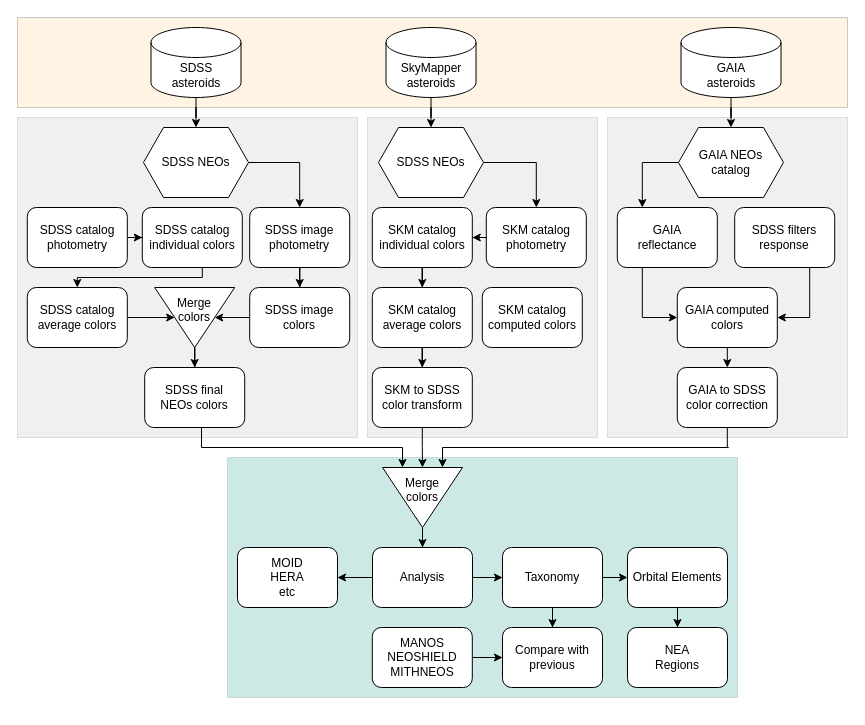
AlexeySergeyev/myutils keeps this draw.io diagram as NEOs diagram.drawio. Above is the earlier version. Source tidied: cells renumbered, new cells numbered last; positions are measured from the earlier drawing's top-left corner, leaving out a move shared by most shapes. Both pictures are drawn from the tidied source at 100%, with x=0, y=0 at pixel (17, 17).
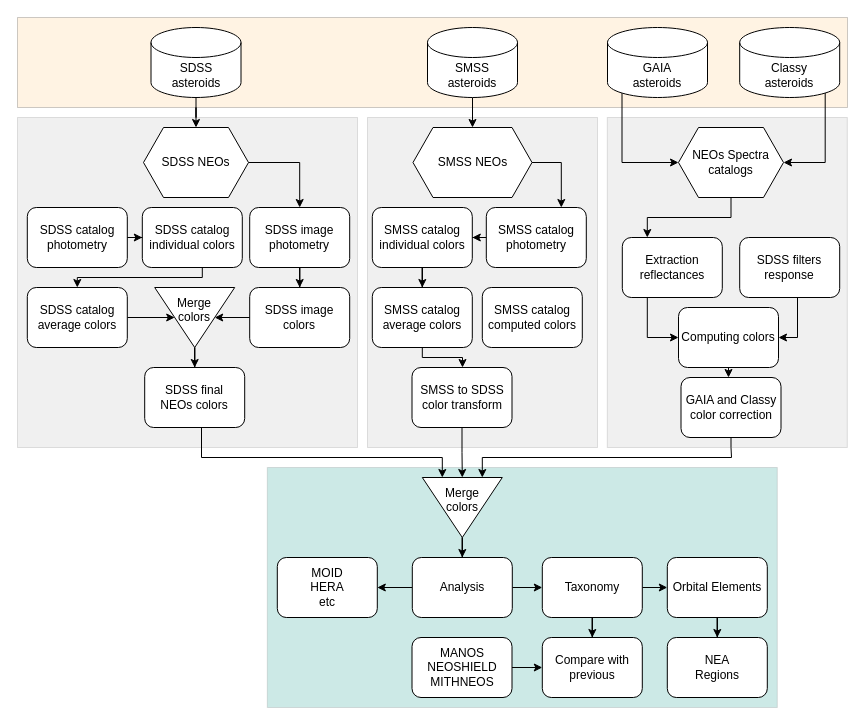
The same diagram, later.

Unchanged cells that the change refers to:
```xml
<mxCell id="26" value="&lt;div&gt;SDSS final &lt;br&gt;&lt;/div&gt;&lt;div&gt;NEOs colors&lt;/div&gt;" style="rounded=1;whiteSpace=wrap;html=1;" parent="1" vertex="1">
  <mxGeometry x="127.2" y="350" width="100" height="60" as="geometry" />
</mxCell>
```

Change to the diagram source:
```diff
@@
     <mxCell id="2" style="rounded=0;whiteSpace=wrap;html=1;fillColor=#019281;opacity=20;fontColor=#333333;strokeColor=#666666;" parent="1" vertex="1">
-      <mxGeometry x="210" y="440" width="510" height="240" as="geometry" />
+      <mxGeometry x="249.8" y="450" width="510" height="240" as="geometry" />
     </mxCell>
     <mxCell id="3" style="rounded=0;whiteSpace=wrap;html=1;fillColor=#B2B2B2;opacity=20;fontColor=#333333;strokeColor=#666666;" parent="1" vertex="1">
-      <mxGeometry x="590" y="100" width="240" height="320" as="geometry" />
+      <mxGeometry x="589.8" y="100" width="240" height="330" as="geometry" />
     </mxCell>
     <mxCell id="4" style="rounded=0;whiteSpace=wrap;html=1;fillColor=#B2B2B2;opacity=20;fontColor=#333333;strokeColor=#666666;" parent="1" vertex="1">
-      <mxGeometry x="350" y="100" width="230" height="320" as="geometry" />
+      <mxGeometry x="350" y="100" width="230" height="330" as="geometry" />
     </mxCell>
     <mxCell id="5" style="rounded=0;whiteSpace=wrap;html=1;fillColor=#B2B2B2;opacity=20;fontColor=#333333;strokeColor=#666666;" parent="1" vertex="1">
-      <mxGeometry y="100" width="340" height="320" as="geometry" />
+      <mxGeometry y="100" width="340" height="330" as="geometry" />
     </mxCell>
@@
-    <mxCell id="10" value="&lt;div&gt;SkyMapper&lt;/div&gt;&lt;div&gt;asteroids&lt;br&gt;&lt;/div&gt;" style="shape=cylinder3;whiteSpace=wrap;html=1;boundedLbl=1;backgroundOutline=1;size=15;" parent="1" vertex="1">
-      <mxGeometry x="368.5" y="10" width="90" height="70" as="geometry" />
+    <mxCell id="10" value="&lt;div&gt;SMSS&lt;/div&gt;&lt;div&gt;asteroids&lt;br&gt;&lt;/div&gt;" style="shape=cylinder3;whiteSpace=wrap;html=1;boundedLbl=1;backgroundOutline=1;size=15;" parent="1" vertex="1">
+      <mxGeometry x="410" y="10" width="90" height="70" as="geometry" />
     </mxCell>
-    <mxCell id="11" style="edgeStyle=orthogonalEdgeStyle;rounded=0;jettySize=auto;html=1;" parent="1" edge="1" source="12" target="41">
+    <mxCell id="11" style="edgeStyle=orthogonalEdgeStyle;rounded=0;jettySize=auto;html=1;entryX=0;entryY=0.5;entryDx=0;entryDy=0;exitX=0.145;exitY=1;exitDx=0;exitDy=-4.35;exitPerimeter=0;" parent="1" edge="1" source="12" target="41">
       <mxGeometry relative="1" as="geometry" />
     </mxCell>
     <mxCell id="12" value="&lt;div&gt;GAIA&lt;/div&gt;&lt;div&gt;asteroids&lt;br&gt;&lt;/div&gt;" style="shape=cylinder3;whiteSpace=wrap;html=1;boundedLbl=1;backgroundOutline=1;size=15;" parent="1" vertex="1">
-      <mxGeometry x="663.5" y="10" width="100" height="70" as="geometry" />
+      <mxGeometry x="590" y="10" width="100" height="70" as="geometry" />
     </mxCell>
@@
     <mxCell id="25" style="edgeStyle=orthogonalEdgeStyle;rounded=0;jettySize=auto;html=1;entryX=0;entryY=0.75;entryDx=0;entryDy=0;" parent="1" edge="1" source="26" target="64">
       <mxGeometry relative="1" as="geometry">
         <Array as="points">
-          <mxPoint x="184" y="430" />
-          <mxPoint x="385" y="430" />
+          <mxPoint x="184" y="440" />
+          <mxPoint x="425" y="440" />
         </Array>
       </mxGeometry>
     </mxCell>
@@
-    <mxCell id="28" value="SKM to SDSS color transform" style="rounded=1;whiteSpace=wrap;html=1;" parent="1" vertex="1">
-      <mxGeometry x="354.8" y="350" width="100" height="60" as="geometry" />
+    <mxCell id="28" value="SMSS to SDSS color transform" style="rounded=1;whiteSpace=wrap;html=1;" parent="1" vertex="1">
+      <mxGeometry x="394.5" y="350" width="100" height="60" as="geometry" />
     </mxCell>
@@
-    <mxCell id="32" style="edgeStyle=orthogonalEdgeStyle;rounded=0;jettySize=auto;html=1;" parent="1" edge="1" source="33" target="36">
+    <mxCell id="32" style="edgeStyle=orthogonalEdgeStyle;rounded=0;jettySize=auto;html=1;exitX=1;exitY=0.5;exitDx=0;exitDy=0;entryX=0.75;entryY=0;entryDx=0;entryDy=0;" parent="1" edge="1" source="33" target="36">
       <mxGeometry relative="1" as="geometry" />
     </mxCell>
-    <mxCell id="33" value="SDSS NEOs" style="shape=hexagon;perimeter=hexagonPerimeter2;whiteSpace=wrap;html=1;fixedSize=1;" parent="1" vertex="1">
-      <mxGeometry x="361" y="110" width="105" height="70" as="geometry" />
+    <mxCell id="33" value="SMSS NEOs" style="shape=hexagon;perimeter=hexagonPerimeter2;whiteSpace=wrap;html=1;fixedSize=1;" parent="1" vertex="1">
+      <mxGeometry x="395.5" y="110" width="119" height="70" as="geometry" />
     </mxCell>
@@
-    <mxCell id="35" value="SKM catalog individual colors" style="rounded=1;whiteSpace=wrap;html=1;" parent="1" vertex="1">
+    <mxCell id="35" value="SMSS catalog individual colors" style="rounded=1;whiteSpace=wrap;html=1;" parent="1" vertex="1">
       <mxGeometry x="354.8" y="190" width="100" height="60" as="geometry" />
     </mxCell>
-    <mxCell id="36" value="SKM catalog photometry" style="rounded=1;whiteSpace=wrap;html=1;" parent="1" vertex="1">
+    <mxCell id="36" value="SMSS catalog photometry" style="rounded=1;whiteSpace=wrap;html=1;" parent="1" vertex="1">
       <mxGeometry x="468.8" y="190" width="100" height="60" as="geometry" />
     </mxCell>
     <mxCell id="37" style="edgeStyle=orthogonalEdgeStyle;rounded=0;jettySize=auto;html=1;" parent="1" edge="1" source="38" target="28">
-      <mxGeometry relative="1" as="geometry" />
+      <mxGeometry relative="1" as="geometry">
+        <Array as="points">
+          <mxPoint x="405" y="340" />
+          <mxPoint x="445" y="340" />
+        </Array>
+      </mxGeometry>
     </mxCell>
-    <mxCell id="38" value="SKM catalog average colors" style="rounded=1;whiteSpace=wrap;html=1;" parent="1" vertex="1">
+    <mxCell id="38" value="SMSS catalog average colors" style="rounded=1;whiteSpace=wrap;html=1;" parent="1" vertex="1">
       <mxGeometry x="354.8" y="270" width="100" height="60" as="geometry" />
     </mxCell>
-    <mxCell id="39" value="SKM catalog computed colors" style="rounded=1;whiteSpace=wrap;html=1;" parent="1" vertex="1">
+    <mxCell id="39" value="SMSS catalog computed colors" style="rounded=1;whiteSpace=wrap;html=1;" parent="1" vertex="1">
       <mxGeometry x="464.8" y="270" width="100" height="60" as="geometry" />
     </mxCell>
-    <mxCell id="40" style="edgeStyle=orthogonalEdgeStyle;rounded=0;jettySize=auto;html=1;entryX=0.25;entryY=0;entryDx=0;entryDy=0;startArrow=none;startFill=0;endArrow=classic;endFill=1;exitX=0;exitY=0.5;exitDx=0;exitDy=0;" parent="1" edge="1" source="41" target="43">
+    <mxCell id="40" style="edgeStyle=orthogonalEdgeStyle;rounded=0;jettySize=auto;html=1;entryX=0.25;entryY=0;entryDx=0;entryDy=0;startArrow=none;startFill=0;endArrow=classic;endFill=1;exitX=0.5;exitY=1;exitDx=0;exitDy=0;" parent="1" edge="1" source="41" target="43">
       <mxGeometry relative="1" as="geometry" />
     </mxCell>
-    <mxCell id="41" value="GAIA NEOs catalog" style="shape=hexagon;perimeter=hexagonPerimeter2;whiteSpace=wrap;html=1;fixedSize=1;" parent="1" vertex="1">
+    <mxCell id="41" value="NEOs Spectra catalogs" style="shape=hexagon;perimeter=hexagonPerimeter2;whiteSpace=wrap;html=1;fixedSize=1;" parent="1" vertex="1">
       <mxGeometry x="661" y="110" width="105" height="70" as="geometry" />
     </mxCell>
     <mxCell id="42" style="edgeStyle=orthogonalEdgeStyle;rounded=0;jettySize=auto;html=1;exitX=0.25;exitY=1;exitDx=0;exitDy=0;entryX=0;entryY=0.5;entryDx=0;entryDy=0;" parent="1" edge="1" source="43" target="63">
       <mxGeometry relative="1" as="geometry">
         <Array as="points">
-          <mxPoint x="624.8" y="300" />
+          <mxPoint x="630" y="320" />
         </Array>
       </mxGeometry>
     </mxCell>
-    <mxCell id="43" value="&lt;div&gt;GAIA &lt;br&gt;&lt;/div&gt;&lt;div&gt;reflectance&lt;/div&gt;" style="rounded=1;whiteSpace=wrap;html=1;" parent="1" vertex="1">
-      <mxGeometry x="599.8" y="190" width="100" height="60" as="geometry" />
+    <mxCell id="43" value="&lt;div&gt;Extraction&lt;br&gt;&lt;/div&gt;&lt;div&gt;reflectances&lt;/div&gt;" style="rounded=1;whiteSpace=wrap;html=1;" parent="1" vertex="1">
+      <mxGeometry x="604.8" y="220" width="100" height="60" as="geometry" />
     </mxCell>
     <mxCell id="44" style="edgeStyle=orthogonalEdgeStyle;rounded=0;jettySize=auto;html=1;entryX=1;entryY=0.5;entryDx=0;entryDy=0;exitX=0.75;exitY=1;exitDx=0;exitDy=0;" parent="1" edge="1" source="45" target="63">
       <mxGeometry relative="1" as="geometry">
         <Array as="points">
-          <mxPoint x="792" y="300" />
+          <mxPoint x="780" y="280" />
+          <mxPoint x="780" y="320" />
         </Array>
       </mxGeometry>
     </mxCell>
     <mxCell id="45" value="SDSS filters response" style="rounded=1;whiteSpace=wrap;html=1;fontStyle=0;" parent="1" vertex="1">
-      <mxGeometry x="717.2" y="190" width="100" height="60" as="geometry" />
+      <mxGeometry x="722.2" y="220" width="100" height="60" as="geometry" />
     </mxCell>
@@
     <mxCell id="49" value="Analysis" style="rounded=1;whiteSpace=wrap;html=1;" parent="1" vertex="1">
-      <mxGeometry x="355" y="530" width="100" height="60" as="geometry" />
+      <mxGeometry x="394.8" y="540" width="100" height="60" as="geometry" />
     </mxCell>
@@
     <mxCell id="51" value="Orbital Elements" style="rounded=1;whiteSpace=wrap;html=1;" parent="1" vertex="1">
-      <mxGeometry x="610" y="530" width="100" height="60" as="geometry" />
+      <mxGeometry x="649.8" y="540" width="100" height="60" as="geometry" />
     </mxCell>
@@
     <mxCell id="54" value="Taxonomy" style="rounded=1;whiteSpace=wrap;html=1;" parent="1" vertex="1">
-      <mxGeometry x="485" y="530" width="100" height="60" as="geometry" />
+      <mxGeometry x="524.8" y="540" width="100" height="60" as="geometry" />
     </mxCell>
     <mxCell id="55" value="Compare with previous" style="rounded=1;whiteSpace=wrap;html=1;" parent="1" vertex="1">
-      <mxGeometry x="485" y="610" width="100" height="60" as="geometry" />
+      <mxGeometry x="524.8" y="620" width="100" height="60" as="geometry" />
     </mxCell>
@@
     <mxCell id="57" value="&lt;div&gt;MANOS&lt;/div&gt;&lt;div&gt;NEOSHIELD&lt;/div&gt;&lt;div&gt;MITHNEOS&lt;br&gt;&lt;/div&gt;" style="rounded=1;whiteSpace=wrap;html=1;" parent="1" vertex="1">
-      <mxGeometry x="354.8" y="610" width="100" height="60" as="geometry" />
+      <mxGeometry x="394.5" y="620" width="100" height="60" as="geometry" />
     </mxCell>
     <mxCell id="58" value="&lt;div&gt;MOID&lt;/div&gt;&lt;div&gt;HERA&lt;/div&gt;&lt;div&gt;etc&lt;br&gt;&lt;/div&gt;" style="rounded=1;whiteSpace=wrap;html=1;" parent="1" vertex="1">
-      <mxGeometry x="220" y="530" width="100" height="60" as="geometry" />
+      <mxGeometry x="259.8" y="540" width="100" height="60" as="geometry" />
     </mxCell>
     <mxCell id="59" value="&lt;div&gt;NEA&lt;br&gt;&lt;/div&gt;&lt;div&gt;Regions&lt;/div&gt;" style="rounded=1;whiteSpace=wrap;html=1;" parent="1" vertex="1">
-      <mxGeometry x="610" y="610" width="100" height="60" as="geometry" />
+      <mxGeometry x="649.8" y="620" width="100" height="60" as="geometry" />
     </mxCell>
@@
     <mxCell id="61" style="edgeStyle=orthogonalEdgeStyle;rounded=0;jettySize=auto;html=1;entryX=0;entryY=0.25;entryDx=0;entryDy=0;exitX=0.5;exitY=1;exitDx=0;exitDy=0;" parent="1" edge="1" source="62" target="64">
       <mxGeometry relative="1" as="geometry">
         <Array as="points">
-          <mxPoint x="711" y="430" />
-          <mxPoint x="436" y="430" />
+          <mxPoint x="714" y="430" />
+          <mxPoint x="714" y="440" />
+          <mxPoint x="465" y="440" />
         </Array>
       </mxGeometry>
     </mxCell>
-    <mxCell id="62" value="GAIA to SDSS color correction" style="rounded=1;whiteSpace=wrap;html=1;" parent="1" vertex="1">
-      <mxGeometry x="659.8" y="350" width="100" height="60" as="geometry" />
+    <mxCell id="62" value="GAIA and Classy color correction" style="rounded=1;whiteSpace=wrap;html=1;" parent="1" vertex="1">
+      <mxGeometry x="663.5" y="360" width="100" height="60" as="geometry" />
     </mxCell>
-    <mxCell id="63" value="GAIA computed colors" style="rounded=1;whiteSpace=wrap;html=1;" parent="1" vertex="1">
-      <mxGeometry x="659.8" y="270" width="100" height="60" as="geometry" />
+    <mxCell id="63" value="Computing colors" style="rounded=1;whiteSpace=wrap;html=1;" parent="1" vertex="1">
+      <mxGeometry x="661" y="290" width="100" height="60" as="geometry" />
     </mxCell>
     <mxCell id="64" value="&lt;div&gt;Merge&lt;/div&gt;&lt;div&gt;colors&lt;/div&gt;&lt;div&gt;&lt;br&gt;&lt;/div&gt;" style="triangle;whiteSpace=wrap;html=1;direction=south;" parent="1" vertex="1">
-      <mxGeometry x="365" y="450" width="80" height="60" as="geometry" />
+      <mxGeometry x="404.8" y="460" width="80" height="60" as="geometry" />
     </mxCell>
+    <mxCell id="65" style="edgeStyle=orthogonalEdgeStyle;rounded=0;jettySize=auto;html=1;exitX=0.855;exitY=1;exitDx=0;exitDy=-4.35;exitPerimeter=0;entryX=1;entryY=0.5;entryDx=0;entryDy=0;" parent="1" edge="1" source="66" target="41">
+      <mxGeometry relative="1" as="geometry" />
+    </mxCell>
+    <mxCell id="66" value="&lt;div&gt;Classy&lt;br&gt;&lt;/div&gt;&lt;div&gt;asteroids&lt;br&gt;&lt;/div&gt;" style="shape=cylinder3;whiteSpace=wrap;html=1;boundedLbl=1;backgroundOutline=1;size=15;" parent="1" vertex="1">
+      <mxGeometry x="722.2" y="10" width="100" height="70" as="geometry" />
+    </mxCell>
```
